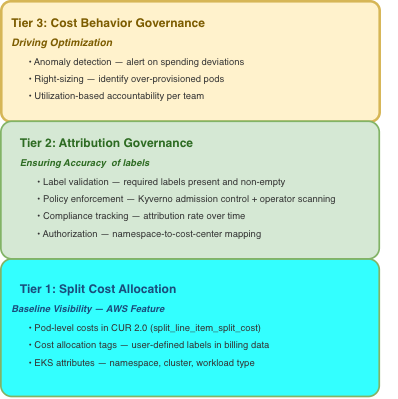
This is diagrams/three-tier-cost-governance-model.drawio.png from aws-samples/sample-eks-cost-observability-governance, a draw.io export, as it was before one commit. Source tidied: cells renumbered, new cells last; positions are measured from the earlier drawing's top-left corner, leaving out a move shared by most shapes.
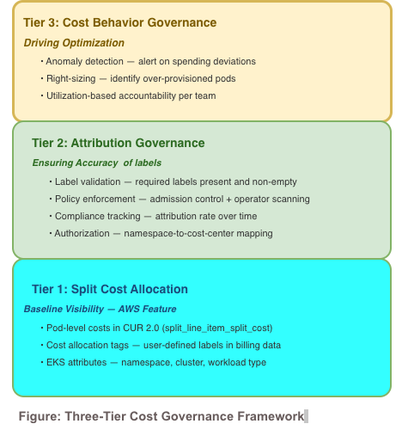
Later version of the same file.

Commit message:
Update arch diagrams

Diff of the diagram source:
```diff
@@ -14,7 +14,7 @@
     <mxCell id="5" value="• Label validation — required labels present and non-empty" style="text;html=1;align=left;verticalAlign=middle;whiteSpace=wrap;rounded=0;fontSize=11;fontColor=#333333;" parent="1" vertex="1">
       <mxGeometry x="40" y="200" width="380" height="20" as="geometry" />
     </mxCell>
-    <mxCell id="6" value="• Policy enforcement — Kyverno admission control + operator scanning" style="text;html=1;align=left;verticalAlign=middle;whiteSpace=wrap;rounded=0;fontSize=11;fontColor=#333333;" parent="1" vertex="1">
+    <mxCell id="6" value="• Policy enforcement — admission control + operator scanning" style="text;html=1;align=left;verticalAlign=middle;whiteSpace=wrap;rounded=0;fontSize=11;fontColor=#333333;" parent="1" vertex="1">
       <mxGeometry x="40" y="220" width="420" height="20" as="geometry" />
     </mxCell>
     <mxCell id="7" style="group;" parent="1" vertex="1">
@@ -71,5 +71,8 @@
     <mxCell id="24" value="• Utilization-based accountability per team" style="text;html=1;align=left;verticalAlign=middle;whiteSpace=wrap;rounded=0;fontSize=11;fontColor=#333333;" parent="19" vertex="1">
       <mxGeometry x="20" y="90" width="350" height="20" as="geometry" />
     </mxCell>
+    <mxCell id="25" value="&lt;b style=&quot;color: light-dark(rgb(103, 91, 91), rgb(237, 237, 237));&quot;&gt;&lt;span lang=&quot;EN-US&quot; class=&quot;TextRun SCXW23563545 BCX0&quot; style=&quot;-webkit-user-drag: none; -webkit-tap-highlight-color: transparent; margin: 0px; padding: 0px; user-select: text; text-align: left; background-color: rgb(255, 255, 255); font-size: 11pt; line-height: 19.55px; font-family: Arial, Arial_EmbeddedFont, Arial_MSFontService, sans-serif; font-variant-ligatures: none !important;&quot;&gt;&lt;span class=&quot;NormalTextRun SCXW23563545 BCX0&quot; style=&quot;-webkit-user-drag: none; -webkit-tap-highlight-color: transparent; margin: 0px; padding: 0px; user-select: text;&quot;&gt;Figure: Three-Tier Cost Governance Framework&lt;/span&gt;&lt;/span&gt;&lt;span class=&quot;EOP Selected SCXW23563545 BCX0&quot; style=&quot;-webkit-user-drag: none; -webkit-tap-highlight-color: transparent; margin: 0px; padding: 0px; user-select: text; cursor: default; text-align: left; font-size: 11pt; line-height: 19.55px; font-family: Arial, Arial_EmbeddedFont, Arial_MSFontService, sans-serif; background-color: rgb(198, 198, 198); border-color: rgb(198, 198, 198);&quot;&gt;&amp;nbsp;&lt;/span&gt;&lt;/b&gt;" style="text;html=1;whiteSpace=wrap;strokeColor=none;fillColor=none;align=center;verticalAlign=middle;rounded=0;" parent="1" vertex="1">
+      <mxGeometry x="-15" y="468" width="380" height="30" as="geometry" />
+    </mxCell>
   </root>
 </mxGraphModel>
```
